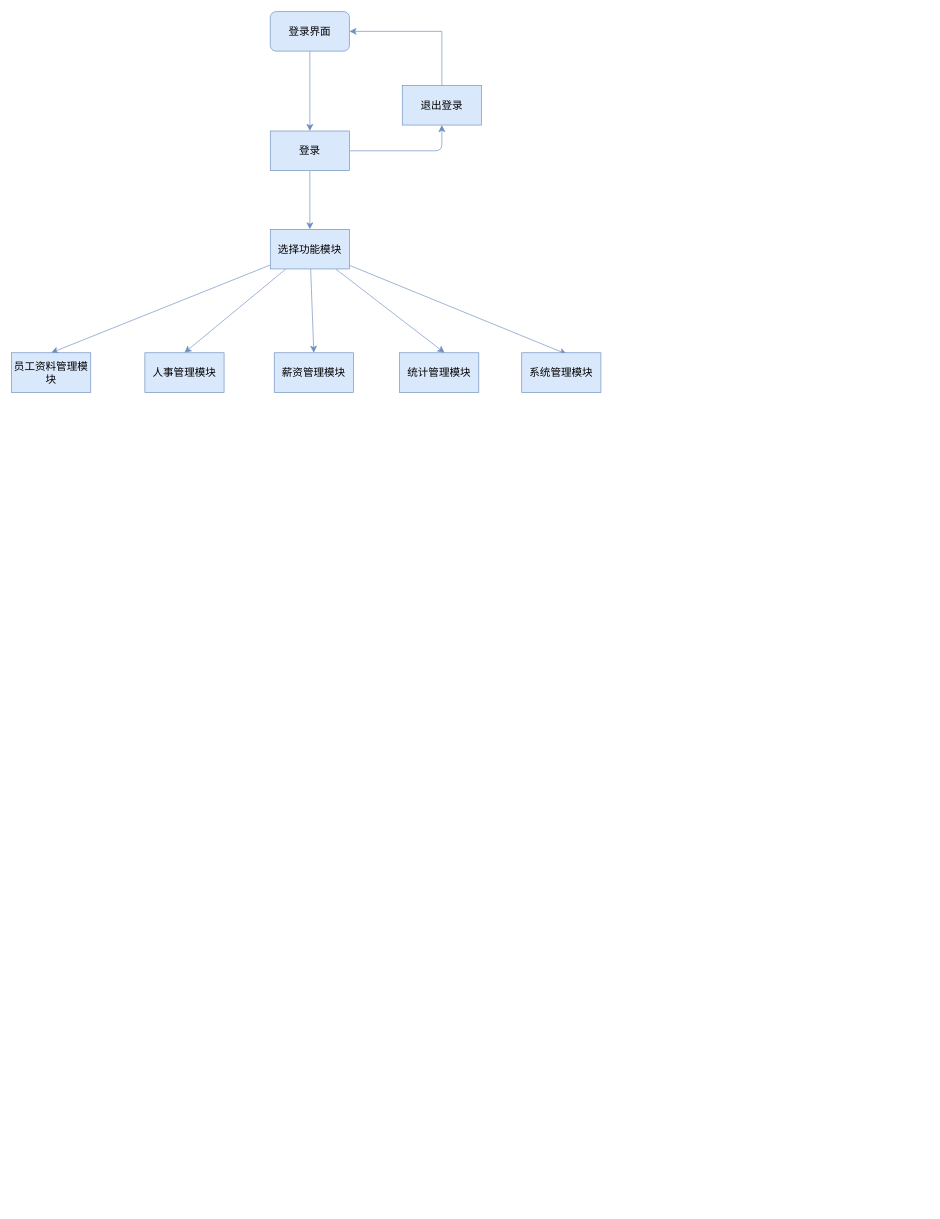
Earlier version of the draw.io diagram 毕业设计.drawio (PEI-GEN/myPic). Source tidied: cells renumbered, new cells numbered last; positions are measured from the earlier drawing's top-left corner, leaving out a move shared by most shapes. Both pictures are drawn from the tidied source at 66%, with x=0, y=0 at pixel (11, 11).
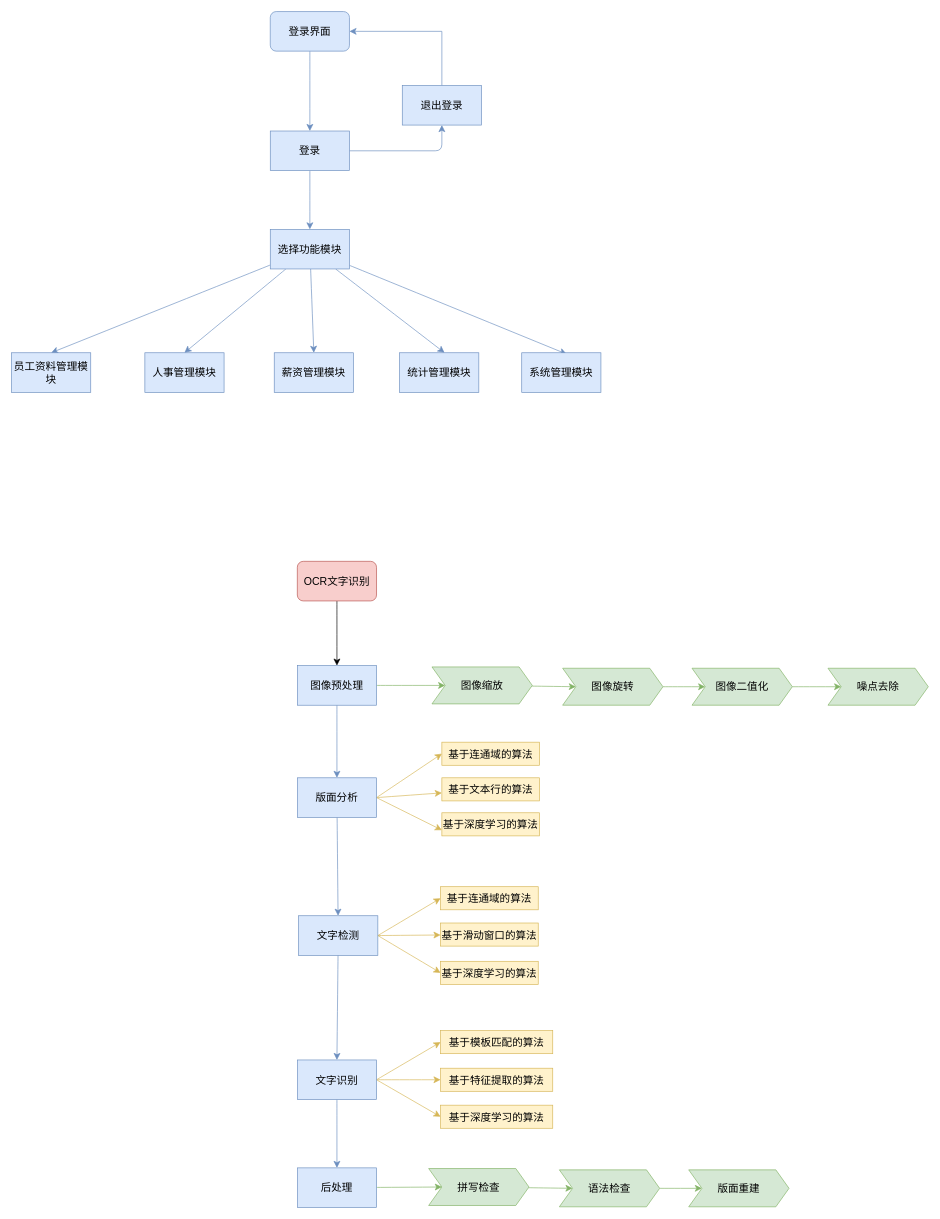
After the change.

Commit message:
更新毕业设计.drawio

Change to the diagram source:
```diff
@@
+    <mxCell id="20" style="edgeStyle=none;curved=1;rounded=0;jettySize=auto;html=1;exitX=0.5;exitY=1;exitDx=0;exitDy=0;entryX=0.5;entryY=0;entryDx=0;entryDy=0;fontSize=12;startSize=8;endSize=8;" parent="1" edge="1" source="21" target="24">
+      <mxGeometry relative="1" as="geometry" />
+    </mxCell>
+    <mxCell id="21" value="&lt;p&gt;&lt;font face=&quot;宋体&quot;&gt;OCR文字识别&lt;/font&gt;&lt;/p&gt;" style="rounded=1;whiteSpace=wrap;html=1;fontSize=16;fillColor=#f8cecc;strokeColor=#b85450;" parent="1" vertex="1">
+      <mxGeometry x="433" y="833" width="120" height="60" as="geometry" />
+    </mxCell>
+    <mxCell id="22" style="edgeStyle=none;curved=1;rounded=0;jettySize=auto;html=1;exitX=1;exitY=0.5;exitDx=0;exitDy=0;entryX=0;entryY=0.5;entryDx=0;entryDy=0;fontSize=12;startSize=8;endSize=8;fillColor=#d5e8d4;strokeColor=#82b366;" parent="1" edge="1" source="24" target="44">
+      <mxGeometry relative="1" as="geometry" />
+    </mxCell>
+    <mxCell id="23" style="edgeStyle=none;curved=1;rounded=0;jettySize=auto;html=1;exitX=0.5;exitY=1;exitDx=0;exitDy=0;fontSize=12;startSize=8;endSize=8;fillColor=#dae8fc;strokeColor=#6c8ebf;" parent="1" edge="1" source="24" target="29">
+      <mxGeometry relative="1" as="geometry" />
+    </mxCell>
+    <mxCell id="24" value="&lt;p&gt;&lt;font face=&quot;宋体&quot;&gt;图像预处理&lt;/font&gt;&lt;/p&gt;" style="rounded=0;whiteSpace=wrap;html=1;fontSize=16;fillColor=#dae8fc;strokeColor=#6c8ebf;" parent="1" vertex="1">
+      <mxGeometry x="433" y="991" width="120" height="60" as="geometry" />
+    </mxCell>
+    <mxCell id="25" style="edgeStyle=none;curved=1;rounded=0;jettySize=auto;html=1;fontSize=12;startSize=8;endSize=8;fillColor=#dae8fc;strokeColor=#6c8ebf;" parent="1" edge="1" source="29" target="39">
+      <mxGeometry relative="1" as="geometry" />
+    </mxCell>
+    <mxCell id="26" style="edgeStyle=none;curved=1;rounded=0;jettySize=auto;html=1;entryX=0;entryY=0.5;entryDx=0;entryDy=0;fontSize=12;startSize=8;endSize=8;exitX=1;exitY=0.5;exitDx=0;exitDy=0;fillColor=#fff2cc;strokeColor=#d6b656;" parent="1" edge="1" source="29" target="54">
+      <mxGeometry relative="1" as="geometry" />
+    </mxCell>
+    <mxCell id="27" style="edgeStyle=none;curved=1;rounded=0;jettySize=auto;html=1;exitX=1;exitY=0.5;exitDx=0;exitDy=0;fontSize=12;startSize=8;endSize=8;fillColor=#fff2cc;strokeColor=#d6b656;" parent="1" edge="1" source="29" target="55">
+      <mxGeometry relative="1" as="geometry" />
+    </mxCell>
+    <mxCell id="28" style="edgeStyle=none;curved=1;rounded=0;jettySize=auto;html=1;exitX=1;exitY=0.5;exitDx=0;exitDy=0;entryX=0;entryY=0.75;entryDx=0;entryDy=0;fontSize=12;startSize=8;endSize=8;fillColor=#fff2cc;strokeColor=#d6b656;" parent="1" edge="1" source="29" target="56">
+      <mxGeometry relative="1" as="geometry" />
+    </mxCell>
+    <mxCell id="29" value="&lt;p&gt;&lt;font face=&quot;宋体&quot;&gt;版面分析&lt;/font&gt;&lt;/p&gt;" style="rounded=0;whiteSpace=wrap;html=1;fontSize=16;fillColor=#dae8fc;strokeColor=#6c8ebf;" parent="1" vertex="1">
+      <mxGeometry x="433" y="1161" width="120" height="60" as="geometry" />
+    </mxCell>
+    <mxCell id="30" style="edgeStyle=none;curved=1;rounded=0;jettySize=auto;html=1;entryX=0.5;entryY=0;entryDx=0;entryDy=0;fontSize=12;startSize=8;endSize=8;fillColor=#dae8fc;strokeColor=#6c8ebf;" parent="1" edge="1" source="34" target="41">
+      <mxGeometry relative="1" as="geometry" />
+    </mxCell>
+    <mxCell id="31" style="edgeStyle=none;curved=1;rounded=0;jettySize=auto;html=1;exitX=1;exitY=0.5;exitDx=0;exitDy=0;entryX=0;entryY=0.5;entryDx=0;entryDy=0;fontSize=12;startSize=8;endSize=8;fillColor=#fff2cc;strokeColor=#d6b656;" parent="1" edge="1" source="34" target="60">
+      <mxGeometry relative="1" as="geometry" />
+    </mxCell>
+    <mxCell id="32" style="edgeStyle=none;curved=1;rounded=0;jettySize=auto;html=1;exitX=1;exitY=0.5;exitDx=0;exitDy=0;entryX=0;entryY=0.5;entryDx=0;entryDy=0;fontSize=12;startSize=8;endSize=8;fillColor=#fff2cc;strokeColor=#d6b656;" parent="1" edge="1" source="34" target="61">
+      <mxGeometry relative="1" as="geometry" />
+    </mxCell>
+    <mxCell id="33" style="edgeStyle=none;curved=1;rounded=0;jettySize=auto;html=1;exitX=1;exitY=0.5;exitDx=0;exitDy=0;entryX=0;entryY=0.5;entryDx=0;entryDy=0;fontSize=12;startSize=8;endSize=8;fillColor=#fff2cc;strokeColor=#d6b656;" parent="1" edge="1" source="34" target="62">
+      <mxGeometry relative="1" as="geometry" />
+    </mxCell>
+    <mxCell id="34" value="&lt;p&gt;&lt;font face=&quot;宋体&quot;&gt;文字识别&lt;/font&gt;&lt;/p&gt;" style="rounded=0;whiteSpace=wrap;html=1;fontSize=16;fillColor=#dae8fc;strokeColor=#6c8ebf;" parent="1" vertex="1">
+      <mxGeometry x="433" y="1588.5" width="120" height="60" as="geometry" />
+    </mxCell>
+    <mxCell id="35" style="edgeStyle=none;curved=1;rounded=0;jettySize=auto;html=1;entryX=0.5;entryY=0;entryDx=0;entryDy=0;fontSize=12;startSize=8;endSize=8;fillColor=#dae8fc;strokeColor=#6c8ebf;" parent="1" edge="1" source="39" target="34">
+      <mxGeometry relative="1" as="geometry" />
+    </mxCell>
+    <mxCell id="36" style="edgeStyle=none;curved=1;rounded=0;jettySize=auto;html=1;exitX=1;exitY=0.5;exitDx=0;exitDy=0;entryX=0;entryY=0.5;entryDx=0;entryDy=0;fontSize=12;startSize=8;endSize=8;fillColor=#fff2cc;strokeColor=#d6b656;" parent="1" edge="1" source="39" target="57">
+      <mxGeometry relative="1" as="geometry" />
+    </mxCell>
+    <mxCell id="37" style="edgeStyle=none;curved=1;rounded=0;jettySize=auto;html=1;exitX=1;exitY=0.5;exitDx=0;exitDy=0;fontSize=12;startSize=8;endSize=8;fillColor=#fff2cc;strokeColor=#d6b656;" parent="1" edge="1" source="39" target="58">
+      <mxGeometry relative="1" as="geometry" />
+    </mxCell>
+    <mxCell id="38" style="edgeStyle=none;curved=1;rounded=0;jettySize=auto;html=1;exitX=1;exitY=0.5;exitDx=0;exitDy=0;entryX=0;entryY=0.5;entryDx=0;entryDy=0;fontSize=12;startSize=8;endSize=8;fillColor=#fff2cc;strokeColor=#d6b656;" parent="1" edge="1" source="39" target="59">
+      <mxGeometry relative="1" as="geometry" />
+    </mxCell>
+    <mxCell id="39" value="&lt;p&gt;&lt;font face=&quot;宋体&quot;&gt;文字检测&lt;/font&gt;&lt;/p&gt;" style="rounded=0;whiteSpace=wrap;html=1;fontSize=16;fillColor=#dae8fc;strokeColor=#6c8ebf;" parent="1" vertex="1">
+      <mxGeometry x="435" y="1370" width="120" height="60" as="geometry" />
+    </mxCell>
+    <mxCell id="40" style="edgeStyle=none;curved=1;rounded=0;jettySize=auto;html=1;entryX=0;entryY=0.5;entryDx=0;entryDy=0;fontSize=12;startSize=8;endSize=8;fillColor=#d5e8d4;strokeColor=#82b366;" parent="1" edge="1" source="41" target="50">
+      <mxGeometry relative="1" as="geometry" />
+    </mxCell>
+    <mxCell id="41" value="&lt;p&gt;&lt;font face=&quot;宋体&quot;&gt;后处理&lt;/font&gt;&lt;/p&gt;" style="rounded=0;whiteSpace=wrap;html=1;fontSize=16;fillColor=#dae8fc;strokeColor=#6c8ebf;" parent="1" vertex="1">
+      <mxGeometry x="433" y="1752" width="120" height="60" as="geometry" />
+    </mxCell>
+    <mxCell id="42" value="&lt;p&gt;&lt;font face=&quot;宋体&quot;&gt;噪点去除&lt;/font&gt;&lt;/p&gt;" style="shape=step;perimeter=stepPerimeter;whiteSpace=wrap;html=1;fixedSize=1;fontSize=16;fillColor=#d5e8d4;strokeColor=#82b366;" parent="1" vertex="1">
+      <mxGeometry x="1237" y="995" width="152" height="56" as="geometry" />
+    </mxCell>
+    <mxCell id="43" style="edgeStyle=none;curved=1;rounded=0;jettySize=auto;html=1;entryX=0;entryY=0.5;entryDx=0;entryDy=0;fontSize=12;startSize=8;endSize=8;fillColor=#d5e8d4;strokeColor=#82b366;" parent="1" edge="1" source="44" target="46">
+      <mxGeometry relative="1" as="geometry" />
+    </mxCell>
+    <mxCell id="44" value="&lt;p&gt;&lt;font face=&quot;宋体&quot;&gt;图像缩放&lt;/font&gt;&lt;/p&gt;" style="shape=step;perimeter=stepPerimeter;whiteSpace=wrap;html=1;fixedSize=1;fontSize=16;fillColor=#d5e8d4;strokeColor=#82b366;" parent="1" vertex="1">
+      <mxGeometry x="637" y="993" width="152" height="56" as="geometry" />
+    </mxCell>
+    <mxCell id="45" style="edgeStyle=none;curved=1;rounded=0;jettySize=auto;html=1;entryX=0;entryY=0.5;entryDx=0;entryDy=0;fontSize=12;startSize=8;endSize=8;fillColor=#d5e8d4;strokeColor=#82b366;" parent="1" edge="1" source="46" target="48">
+      <mxGeometry relative="1" as="geometry" />
+    </mxCell>
+    <mxCell id="46" value="&lt;p&gt;&lt;font face=&quot;宋体&quot;&gt;图像旋转&lt;/font&gt;&lt;/p&gt;" style="shape=step;perimeter=stepPerimeter;whiteSpace=wrap;html=1;fixedSize=1;fontSize=16;fillColor=#d5e8d4;strokeColor=#82b366;" parent="1" vertex="1">
+      <mxGeometry x="835" y="995" width="152" height="56" as="geometry" />
+    </mxCell>
+    <mxCell id="47" style="edgeStyle=none;curved=1;rounded=0;jettySize=auto;html=1;fontSize=12;startSize=8;endSize=8;fillColor=#d5e8d4;strokeColor=#82b366;" parent="1" edge="1" source="48" target="42">
+      <mxGeometry relative="1" as="geometry" />
+    </mxCell>
+    <mxCell id="48" value="&lt;p&gt;&lt;font face=&quot;宋体&quot;&gt;图像二值化&lt;/font&gt;&lt;/p&gt;" style="shape=step;perimeter=stepPerimeter;whiteSpace=wrap;html=1;fixedSize=1;fontSize=16;fillColor=#d5e8d4;strokeColor=#82b366;" parent="1" vertex="1">
+      <mxGeometry x="1031" y="995" width="152" height="56" as="geometry" />
+    </mxCell>
+    <mxCell id="49" style="edgeStyle=none;curved=1;rounded=0;jettySize=auto;html=1;entryX=0;entryY=0.5;entryDx=0;entryDy=0;fontSize=12;startSize=8;endSize=8;fillColor=#d5e8d4;strokeColor=#82b366;" parent="1" edge="1" source="50" target="52">
+      <mxGeometry relative="1" as="geometry" />
+    </mxCell>
+    <mxCell id="50" value="&lt;p&gt;&lt;font face=&quot;宋体&quot;&gt;拼写检查&lt;/font&gt;&lt;/p&gt;" style="shape=step;perimeter=stepPerimeter;whiteSpace=wrap;html=1;fixedSize=1;fontSize=16;fillColor=#d5e8d4;strokeColor=#82b366;" parent="1" vertex="1">
+      <mxGeometry x="632" y="1753" width="152" height="56" as="geometry" />
+    </mxCell>
+    <mxCell id="51" style="edgeStyle=none;curved=1;rounded=0;jettySize=auto;html=1;entryX=0;entryY=0.5;entryDx=0;entryDy=0;fontSize=12;startSize=8;endSize=8;fillColor=#d5e8d4;strokeColor=#82b366;" parent="1" edge="1" source="52" target="53">
+      <mxGeometry relative="1" as="geometry" />
+    </mxCell>
+    <mxCell id="52" value="&lt;p class=&quot;MsoNormal&quot;&gt;&lt;span style=&quot;mso-spacerun:'yes';font-family:宋体;font-size:12.0000pt;&#10;mso-font-kerning:1.0000pt;&quot;&gt;&lt;font face=&quot;宋体&quot;&gt;语法检查&lt;/font&gt;&lt;/span&gt;&lt;/p&gt;" style="shape=step;perimeter=stepPerimeter;whiteSpace=wrap;html=1;fixedSize=1;fontSize=16;fillColor=#d5e8d4;strokeColor=#82b366;" parent="1" vertex="1">
+      <mxGeometry x="830" y="1755" width="152" height="56" as="geometry" />
+    </mxCell>
+    <mxCell id="53" value="&lt;p&gt;&lt;font face=&quot;宋体&quot;&gt;版面重建&lt;/font&gt;&lt;/p&gt;" style="shape=step;perimeter=stepPerimeter;whiteSpace=wrap;html=1;fixedSize=1;fontSize=16;fillColor=#d5e8d4;strokeColor=#82b366;" parent="1" vertex="1">
+      <mxGeometry x="1026" y="1755" width="152" height="56" as="geometry" />
+    </mxCell>
+    <mxCell id="54" value="&lt;p&gt;&lt;font face=&quot;宋体&quot;&gt;基于连通域的算法&lt;/font&gt;&lt;/p&gt;" style="rounded=0;whiteSpace=wrap;html=1;fontSize=16;fillColor=#fff2cc;strokeColor=#d6b656;" parent="1" vertex="1">
+      <mxGeometry x="652" y="1107" width="148" height="35" as="geometry" />
+    </mxCell>
+    <mxCell id="55" value="&lt;p&gt;&lt;font face=&quot;宋体&quot;&gt;基于文本行的算法&lt;/font&gt;&lt;/p&gt;" style="rounded=0;whiteSpace=wrap;html=1;fontSize=16;fillColor=#fff2cc;strokeColor=#d6b656;" parent="1" vertex="1">
+      <mxGeometry x="652" y="1161" width="148" height="35" as="geometry" />
+    </mxCell>
+    <mxCell id="56" value="&lt;p&gt;&lt;font face=&quot;宋体&quot;&gt;基于深度学习的算法&lt;/font&gt;&lt;/p&gt;" style="rounded=0;whiteSpace=wrap;html=1;fontSize=16;fillColor=#fff2cc;strokeColor=#d6b656;" parent="1" vertex="1">
+      <mxGeometry x="652" y="1214" width="148" height="35" as="geometry" />
+    </mxCell>
+    <mxCell id="57" value="&lt;p&gt;&lt;font face=&quot;宋体&quot;&gt;基于连通域的算法&lt;/font&gt;&lt;/p&gt;" style="rounded=0;whiteSpace=wrap;html=1;fontSize=16;fillColor=#fff2cc;strokeColor=#d6b656;" parent="1" vertex="1">
+      <mxGeometry x="650" y="1326" width="148" height="35" as="geometry" />
+    </mxCell>
+    <mxCell id="58" value="&lt;p&gt;&lt;font face=&quot;宋体&quot;&gt;基于滑动窗口的算法&lt;/font&gt;&lt;/p&gt;" style="rounded=0;whiteSpace=wrap;html=1;fontSize=16;fillColor=#fff2cc;strokeColor=#d6b656;" parent="1" vertex="1">
+      <mxGeometry x="650" y="1381" width="148" height="35" as="geometry" />
+    </mxCell>
+    <mxCell id="59" value="&lt;p&gt;&lt;font face=&quot;宋体&quot;&gt;基于深度学习的算法&lt;/font&gt;&lt;/p&gt;" style="rounded=0;whiteSpace=wrap;html=1;fontSize=16;fillColor=#fff2cc;strokeColor=#d6b656;" parent="1" vertex="1">
+      <mxGeometry x="650" y="1439" width="148" height="35" as="geometry" />
+    </mxCell>
+    <mxCell id="60" value="&lt;p&gt;&lt;font face=&quot;宋体&quot;&gt;基于模板匹配的算法&lt;/font&gt;&lt;/p&gt;" style="rounded=0;whiteSpace=wrap;html=1;fontSize=16;fillColor=#fff2cc;strokeColor=#d6b656;" parent="1" vertex="1">
+      <mxGeometry x="650" y="1544" width="170" height="35" as="geometry" />
+    </mxCell>
+    <mxCell id="61" value="&lt;p&gt;&lt;font face=&quot;宋体&quot;&gt;基于特征提取的算法&lt;/font&gt;&lt;/p&gt;" style="rounded=0;whiteSpace=wrap;html=1;fontSize=16;fillColor=#fff2cc;strokeColor=#d6b656;" parent="1" vertex="1">
+      <mxGeometry x="650" y="1601" width="170" height="35" as="geometry" />
+    </mxCell>
+    <mxCell id="62" value="&lt;p&gt;&lt;font face=&quot;宋体&quot;&gt;基于深度学习的算法&lt;/font&gt;&lt;/p&gt;" style="rounded=0;whiteSpace=wrap;html=1;fontSize=16;fillColor=#fff2cc;strokeColor=#d6b656;" parent="1" vertex="1">
+      <mxGeometry x="650" y="1657" width="170" height="35" as="geometry" />
+    </mxCell>
```
